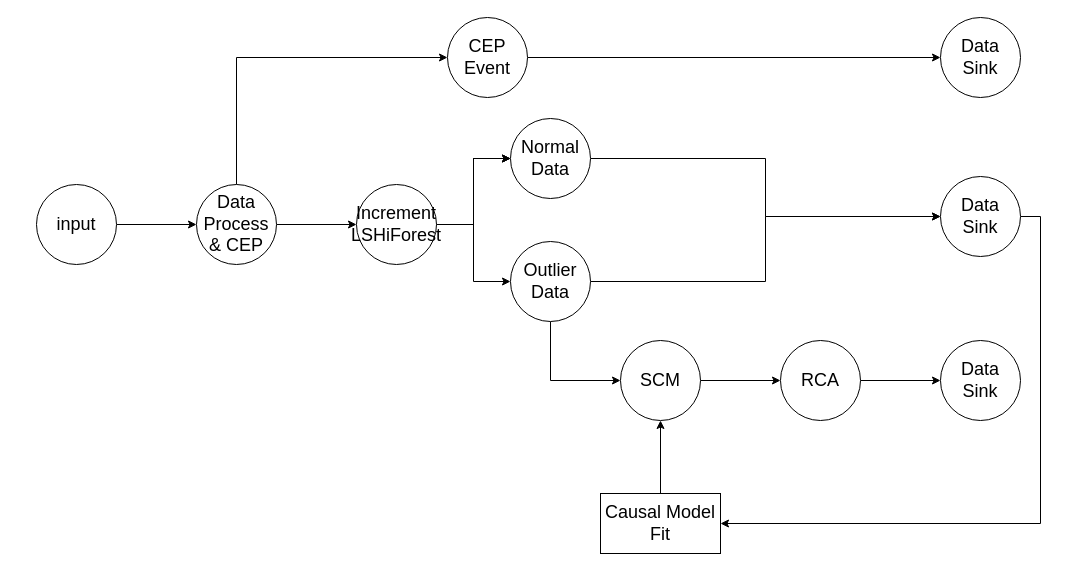
Above: page "第 2 页" (2 of 3) of 系统架构图.drawio in LiLiJacky/graphData (draw.io), before the change. Source tidied: cells renumbered, new cells numbered last; positions are measured from the earlier drawing's top-left corner, leaving out a move shared by most shapes. Both pictures are drawn from the tidied source at 100%, with x=0, y=0 at pixel (36, 17).
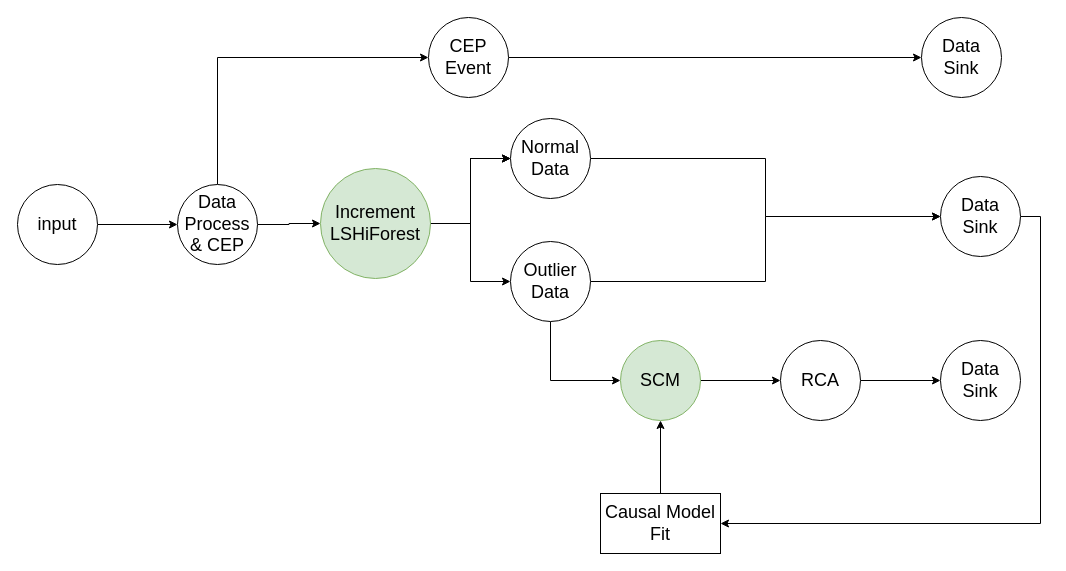
The same diagram, later.

What changed in the source:
```diff
@@
     <mxCell id="3" value="input" style="ellipse;whiteSpace=wrap;html=1;fontSize=18;" parent="1" vertex="1">
-      <mxGeometry y="167" width="80" height="80" as="geometry" />
+      <mxGeometry x="-19" y="167" width="80" height="80" as="geometry" />
     </mxCell>
@@
     <mxCell id="6" value="Data Process &amp;amp; CEP" style="ellipse;whiteSpace=wrap;html=1;fontSize=18;" parent="1" vertex="1">
-      <mxGeometry x="160" y="167" width="80" height="80" as="geometry" />
+      <mxGeometry x="141" y="167" width="80" height="80" as="geometry" />
     </mxCell>
@@
     <mxCell id="8" value="CEP Event" style="ellipse;whiteSpace=wrap;html=1;fontSize=18;" parent="1" vertex="1">
-      <mxGeometry x="411" width="80" height="80" as="geometry" />
+      <mxGeometry x="392" width="80" height="80" as="geometry" />
     </mxCell>
@@
-    <mxCell id="13" value="Increment LSHiForest" style="ellipse;whiteSpace=wrap;html=1;fontSize=18;" parent="1" vertex="1">
-      <mxGeometry x="320" y="167" width="80" height="80" as="geometry" />
+    <mxCell id="13" value="Increment LSHiForest" style="ellipse;whiteSpace=wrap;html=1;fontSize=18;fillColor=#d5e8d4;strokeColor=#82b366;" parent="1" vertex="1">
+      <mxGeometry x="284" y="151" width="110" height="110" as="geometry" />
     </mxCell>
@@
-    <mxCell id="20" value="SCM" style="ellipse;whiteSpace=wrap;html=1;fontSize=18;" parent="1" vertex="1">
+    <mxCell id="20" value="SCM" style="ellipse;whiteSpace=wrap;html=1;fontSize=18;fillColor=#d5e8d4;strokeColor=#82b366;" parent="1" vertex="1">
       <mxGeometry x="584" y="323" width="80" height="80" as="geometry" />
     </mxCell>
@@
     <mxCell id="23" value="Data Sink" style="ellipse;whiteSpace=wrap;html=1;fontSize=18;" parent="1" vertex="1">
-      <mxGeometry x="904" width="80" height="80" as="geometry" />
+      <mxGeometry x="885" width="80" height="80" as="geometry" />
     </mxCell>
```
